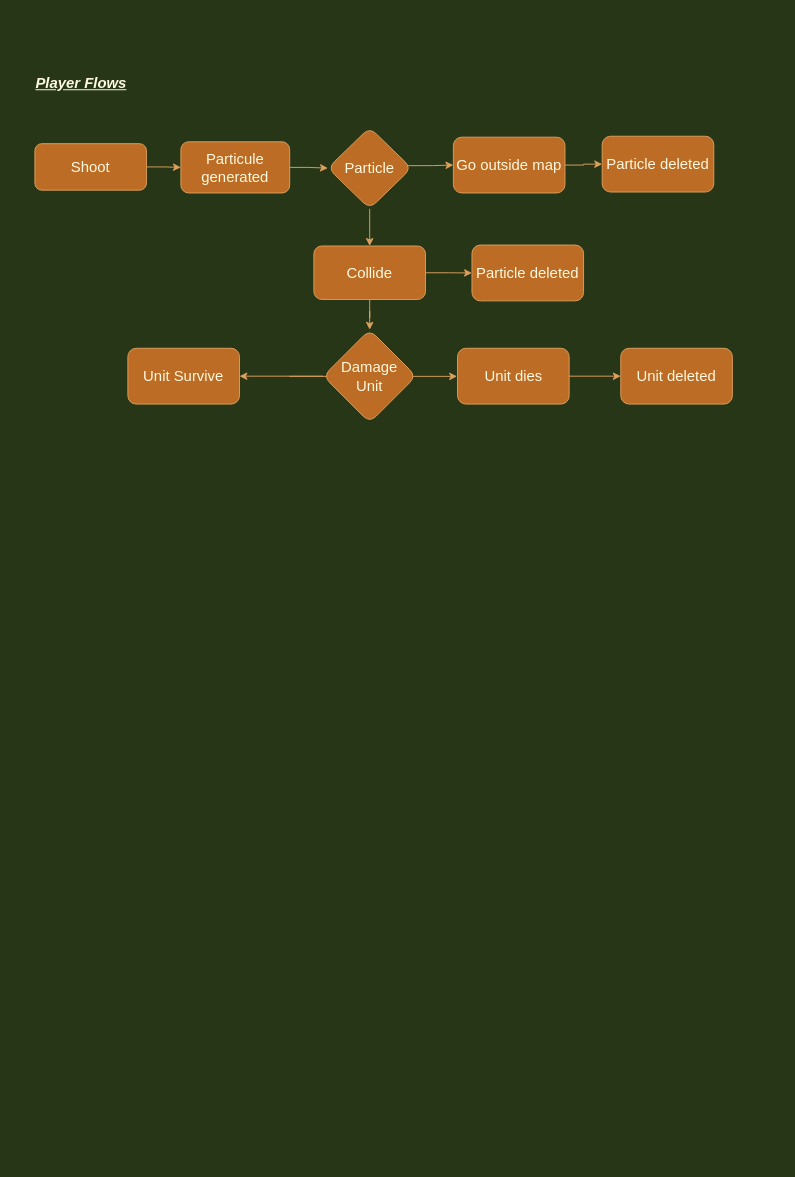
The draw.io diagram page "Player" (3 of 5) of flow_chart/Flow.drawio in MounirAia/Web-Shoot-em-up, before the edit. Source tidied: cells renumbered, new cells numbered last; positions are measured from the earlier drawing's top-left corner, leaving out a move shared by most shapes. Both pictures are drawn from the tidied source at 93%, with x=0, y=0 at pixel (16, 69).
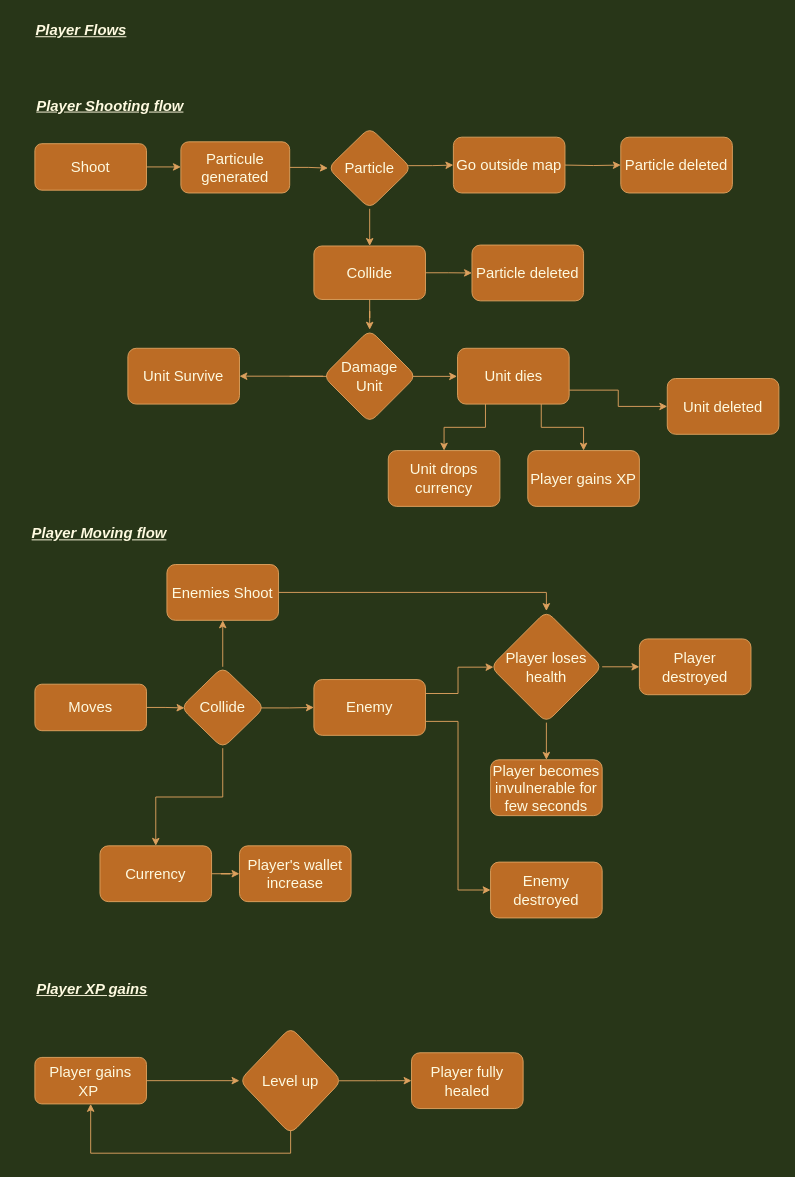
After the change.

The change refers to these unchanged cells:
```xml
<mxCell id="3" value="&lt;font style=&quot;font-size: 16px&quot;&gt;Shoot&lt;/font&gt;" style="rounded=1;whiteSpace=wrap;html=1;fontSize=12;glass=0;strokeWidth=1;shadow=0;fillColor=#BC6C25;strokeColor=#DDA15E;fontColor=#FEFAE0;" parent="1" vertex="1">
  <mxGeometry x="20" y="80" width="120" height="50" as="geometry" />
</mxCell>
<mxCell id="6" value="&lt;span style=&quot;font-size: 16px&quot;&gt;Particule generated&lt;/span&gt;" style="rounded=1;whiteSpace=wrap;html=1;glass=0;strokeWidth=1;shadow=0;fillColor=#BC6C25;strokeColor=#DDA15E;fontColor=#FEFAE0;" parent="1" vertex="1">
  <mxGeometry x="177" y="78" width="117" height="55" as="geometry" />
</mxCell>
<mxCell id="14" value="&lt;span style=&quot;font-size: 16px&quot;&gt;Go outside map&lt;/span&gt;" style="rounded=1;whiteSpace=wrap;html=1;glass=0;strokeWidth=1;shadow=0;fillColor=#BC6C25;strokeColor=#DDA15E;fontColor=#FEFAE0;" parent="1" vertex="1">
  <mxGeometry x="470" y="73" width="120" height="60" as="geometry" />
</mxCell>
<mxCell id="22" value="&lt;span style=&quot;font-size: 16px&quot;&gt;Unit dies&lt;br&gt;&lt;/span&gt;" style="whiteSpace=wrap;html=1;rounded=1;glass=0;strokeWidth=1;shadow=0;fillColor=#BC6C25;strokeColor=#DDA15E;fontColor=#FEFAE0;" parent="1" vertex="1">
  <mxGeometry x="474.5" y="300" width="120" height="60" as="geometry" />
</mxCell>
```

The edit, as a diff of the source:
```diff
@@
-    <mxCell id="2" style="edgeStyle=orthogonalEdgeStyle;rounded=0;jettySize=auto;html=1;fontSize=16;labelBackgroundColor=#283618;strokeColor=#DDA15E;fontColor=#FEFAE0;" parent="1" edge="1" source="3" target="6">
-      <mxGeometry relative="1" as="geometry" />
-    </mxCell>
@@
     <mxCell id="4" value="&lt;u&gt;&lt;b&gt;&lt;i&gt;Player Flows&lt;/i&gt;&lt;/b&gt;&lt;/u&gt;" style="text;html=1;strokeColor=none;fillColor=none;align=center;verticalAlign=middle;whiteSpace=wrap;rounded=0;fontSize=16;fontColor=#FEFAE0;" parent="1" vertex="1">
-      <mxGeometry width="140" height="30" as="geometry" />
+      <mxGeometry y="-57.5" width="140" height="30" as="geometry" />
     </mxCell>
@@
-    <mxCell id="13" style="edgeStyle=orthogonalEdgeStyle;rounded=0;jettySize=auto;html=1;fontSize=16;exitX=1;exitY=0.5;exitDx=0;exitDy=0;labelBackgroundColor=#283618;strokeColor=#DDA15E;fontColor=#FEFAE0;" parent="1" edge="1" source="14" target="15">
-      <mxGeometry relative="1" as="geometry" />
+    <mxCell id="13" style="edgeStyle=orthogonalEdgeStyle;rounded=0;jettySize=auto;html=1;fontSize=16;exitX=1;exitY=0.5;exitDx=0;exitDy=0;labelBackgroundColor=#283618;strokeColor=#DDA15E;fontColor=#FEFAE0;entryX=0;entryY=0.5;entryDx=0;entryDy=0;" parent="1" edge="1" target="15">
+      <mxGeometry relative="1" as="geometry">
+        <mxPoint x="590" y="103" as="sourcePoint" />
+      </mxGeometry>
     </mxCell>
@@
     <mxCell id="15" value="&lt;span style=&quot;font-size: 16px&quot;&gt;Particle deleted&lt;/span&gt;" style="whiteSpace=wrap;html=1;rounded=1;glass=0;strokeWidth=1;shadow=0;fillColor=#BC6C25;strokeColor=#DDA15E;fontColor=#FEFAE0;" parent="1" vertex="1">
-      <mxGeometry x="630" y="72" width="120" height="60" as="geometry" />
+      <mxGeometry x="650" y="73" width="120" height="60" as="geometry" />
     </mxCell>
@@
-    <mxCell id="21" style="edgeStyle=orthogonalEdgeStyle;rounded=0;jettySize=auto;html=1;fontSize=16;labelBackgroundColor=#283618;strokeColor=#DDA15E;fontColor=#FEFAE0;" parent="1" edge="1" source="22" target="23">
+    <mxCell id="21" style="edgeStyle=orthogonalEdgeStyle;rounded=0;jettySize=auto;html=1;fontSize=16;labelBackgroundColor=#283618;strokeColor=#DDA15E;fontColor=#FEFAE0;exitX=1;exitY=0.75;exitDx=0;exitDy=0;" parent="1" edge="1" source="22" target="23">
       <mxGeometry relative="1" as="geometry" />
     </mxCell>
@@
     <mxCell id="23" value="&lt;span style=&quot;font-size: 16px&quot;&gt;Unit deleted&lt;br&gt;&lt;/span&gt;" style="whiteSpace=wrap;html=1;rounded=1;glass=0;strokeWidth=1;shadow=0;fillColor=#BC6C25;strokeColor=#DDA15E;fontColor=#FEFAE0;" parent="1" vertex="1">
-      <mxGeometry x="650" y="300" width="120" height="60" as="geometry" />
+      <mxGeometry x="700" y="332.5" width="120" height="60" as="geometry" />
     </mxCell>
+    <mxCell id="24" style="edgeStyle=orthogonalEdgeStyle;rounded=0;jettySize=auto;html=1;fontSize=16;labelBackgroundColor=#283618;strokeColor=#DDA15E;fontColor=#FEFAE0;exitX=0.25;exitY=1;exitDx=0;exitDy=0;entryX=0.5;entryY=0;entryDx=0;entryDy=0;" parent="1" edge="1" source="22" target="25">
+      <mxGeometry relative="1" as="geometry" />
+    </mxCell>
+    <mxCell id="25" value="&lt;span style=&quot;font-size: 16px;&quot;&gt;Unit drops currency&lt;/span&gt;&lt;span style=&quot;font-size: 16px&quot;&gt;&lt;br&gt;&lt;/span&gt;" style="whiteSpace=wrap;html=1;rounded=1;glass=0;strokeWidth=1;shadow=0;fillColor=#BC6C25;strokeColor=#DDA15E;fontColor=#FEFAE0;" parent="1" vertex="1">
+      <mxGeometry x="400" y="410" width="120" height="60" as="geometry" />
+    </mxCell>
+    <mxCell id="26" value="&lt;u style=&quot;color: rgb(254, 250, 224); font-family: Helvetica; font-size: 16px; font-style: normal; font-variant-ligatures: normal; font-variant-caps: normal; font-weight: 400; letter-spacing: normal; orphans: 2; text-align: center; text-indent: 0px; text-transform: none; widows: 2; word-spacing: 0px; -webkit-text-stroke-width: 0px;&quot;&gt;&lt;b style=&quot;&quot;&gt;&lt;i style=&quot;&quot;&gt;Player Shooting flow&lt;br&gt;&lt;/i&gt;&lt;/b&gt;&lt;/u&gt;" style="text;whiteSpace=wrap;html=1;" parent="1" vertex="1">
+      <mxGeometry x="20" y="22.5" width="170" height="30" as="geometry" />
+    </mxCell>
+    <mxCell id="27" style="edgeStyle=orthogonalEdgeStyle;rounded=0;jettySize=auto;html=1;fontSize=16;labelBackgroundColor=#283618;strokeColor=#DDA15E;fontColor=#FEFAE0;exitX=0.75;exitY=1;exitDx=0;exitDy=0;entryX=0.5;entryY=0;entryDx=0;entryDy=0;" parent="1" edge="1" source="22" target="28">
+      <mxGeometry relative="1" as="geometry" />
+    </mxCell>
+    <mxCell id="28" value="&lt;span style=&quot;font-size: 16px;&quot;&gt;Player gains XP&lt;/span&gt;&lt;span style=&quot;font-size: 16px&quot;&gt;&lt;br&gt;&lt;/span&gt;" style="whiteSpace=wrap;html=1;rounded=1;glass=0;strokeWidth=1;shadow=0;fillColor=#BC6C25;strokeColor=#DDA15E;fontColor=#FEFAE0;" parent="1" vertex="1">
+      <mxGeometry x="550" y="410" width="120" height="60" as="geometry" />
+    </mxCell>
+    <mxCell id="29" value="&lt;u style=&quot;font-family: Helvetica; font-style: normal; font-variant-ligatures: normal; font-variant-caps: normal; font-weight: 400; letter-spacing: normal; orphans: 2; text-indent: 0px; text-transform: none; widows: 2; word-spacing: 0px; -webkit-text-stroke-width: 0px; color: rgb(254, 250, 224); font-size: 16px; text-align: center;&quot;&gt;&lt;b style=&quot;&quot;&gt;&lt;i style=&quot;&quot;&gt;Player Moving flow&lt;/i&gt;&lt;/b&gt;&lt;/u&gt;" style="text;whiteSpace=wrap;html=1;" parent="1" vertex="1">
+      <mxGeometry x="15" y="482.5" width="180" height="30" as="geometry" />
+    </mxCell>
+    <mxCell id="2" style="edgeStyle=orthogonalEdgeStyle;rounded=0;jettySize=auto;html=1;fontSize=16;labelBackgroundColor=#283618;strokeColor=#DDA15E;fontColor=#FEFAE0;exitX=1;exitY=0.5;exitDx=0;exitDy=0;entryX=0;entryY=0.5;entryDx=0;entryDy=0;" parent="1" edge="1" source="3" target="6">
+      <mxGeometry relative="1" as="geometry" />
+    </mxCell>
+    <mxCell id="30" value="&lt;font style=&quot;font-size: 16px&quot;&gt;Moves&lt;/font&gt;" style="rounded=1;whiteSpace=wrap;html=1;fontSize=12;glass=0;strokeWidth=1;shadow=0;fillColor=#BC6C25;strokeColor=#DDA15E;fontColor=#FEFAE0;" parent="1" vertex="1">
+      <mxGeometry x="20" y="661.2" width="120" height="50" as="geometry" />
+    </mxCell>
+    <mxCell id="31" style="edgeStyle=orthogonalEdgeStyle;rounded=0;jettySize=auto;html=1;fontSize=16;labelBackgroundColor=#283618;strokeColor=#DDA15E;fontColor=#FEFAE0;exitX=1;exitY=0.5;exitDx=0;exitDy=0;entryX=0.043;entryY=0.505;entryDx=0;entryDy=0;entryPerimeter=0;" parent="1" edge="1" source="30" target="34">
+      <mxGeometry relative="1" as="geometry" />
+    </mxCell>
+    <mxCell id="32" style="edgeStyle=orthogonalEdgeStyle;rounded=0;jettySize=auto;html=1;strokeColor=#DDA15E;" parent="1" edge="1" source="34" target="40">
+      <mxGeometry relative="1" as="geometry" />
+    </mxCell>
+    <mxCell id="33" style="edgeStyle=orthogonalEdgeStyle;rounded=0;jettySize=auto;html=1;strokeColor=#DDA15E;exitX=0.5;exitY=1;exitDx=0;exitDy=0;" parent="1" edge="1" source="34" target="42">
+      <mxGeometry relative="1" as="geometry" />
+    </mxCell>
+    <mxCell id="34" value="&lt;span style=&quot;font-size: 16px&quot;&gt;Collide&lt;/span&gt;" style="rhombus;whiteSpace=wrap;html=1;rounded=1;glass=0;strokeWidth=1;shadow=0;fillColor=#BC6C25;strokeColor=#DDA15E;fontColor=#FEFAE0;" parent="1" vertex="1">
+      <mxGeometry x="177" y="642.5" width="90" height="87.5" as="geometry" />
+    </mxCell>
+    <mxCell id="35" style="edgeStyle=orthogonalEdgeStyle;rounded=0;jettySize=auto;html=1;strokeColor=#DDA15E;entryX=0.026;entryY=0.503;entryDx=0;entryDy=0;exitX=1;exitY=0.25;exitDx=0;exitDy=0;entryPerimeter=0;" parent="1" edge="1" source="37" target="46">
+      <mxGeometry relative="1" as="geometry" />
+    </mxCell>
+    <mxCell id="36" style="edgeStyle=orthogonalEdgeStyle;rounded=0;jettySize=auto;html=1;exitX=1;exitY=0.75;exitDx=0;exitDy=0;entryX=0;entryY=0.5;entryDx=0;entryDy=0;strokeColor=#DDA15E;" parent="1" edge="1" source="37" target="48">
+      <mxGeometry relative="1" as="geometry" />
+    </mxCell>
+    <mxCell id="37" value="&lt;span style=&quot;font-size: 16px;&quot;&gt;Enemy&lt;/span&gt;" style="whiteSpace=wrap;html=1;fillColor=#BC6C25;strokeColor=#DDA15E;fontColor=#FEFAE0;rounded=1;glass=0;strokeWidth=1;shadow=0;" parent="1" vertex="1">
+      <mxGeometry x="320" y="656.2" width="120" height="60" as="geometry" />
+    </mxCell>
+    <mxCell id="38" style="edgeStyle=orthogonalEdgeStyle;rounded=0;jettySize=auto;html=1;fontSize=16;exitX=0.957;exitY=0.505;exitDx=0;exitDy=0;labelBackgroundColor=#283618;strokeColor=#DDA15E;fontColor=#FEFAE0;entryX=0;entryY=0.5;entryDx=0;entryDy=0;exitPerimeter=0;" parent="1" edge="1" source="34" target="37">
+      <mxGeometry relative="1" as="geometry" />
+    </mxCell>
+    <mxCell id="39" style="edgeStyle=orthogonalEdgeStyle;rounded=0;jettySize=auto;html=1;exitX=1;exitY=0.5;exitDx=0;exitDy=0;strokeColor=#DDA15E;entryX=0.5;entryY=0;entryDx=0;entryDy=0;" parent="1" edge="1" source="40" target="46">
+      <mxGeometry relative="1" as="geometry" />
+    </mxCell>
+    <mxCell id="40" value="&lt;span style=&quot;font-size: 16px;&quot;&gt;Enemies Shoot&lt;/span&gt;" style="whiteSpace=wrap;html=1;fillColor=#BC6C25;strokeColor=#DDA15E;fontColor=#FEFAE0;rounded=1;glass=0;strokeWidth=1;shadow=0;" parent="1" vertex="1">
+      <mxGeometry x="162" y="532.5" width="120" height="60" as="geometry" />
+    </mxCell>
+    <mxCell id="41" style="edgeStyle=orthogonalEdgeStyle;rounded=0;jettySize=auto;html=1;strokeColor=#DDA15E;" parent="1" edge="1" source="42" target="43">
+      <mxGeometry relative="1" as="geometry" />
+    </mxCell>
+    <mxCell id="42" value="&lt;span style=&quot;font-size: 16px;&quot;&gt;Currency&lt;/span&gt;" style="rounded=1;whiteSpace=wrap;html=1;fillColor=#BC6C25;strokeColor=#DDA15E;fontColor=#FEFAE0;glass=0;strokeWidth=1;shadow=0;" parent="1" vertex="1">
+      <mxGeometry x="90" y="835" width="120" height="60" as="geometry" />
+    </mxCell>
+    <mxCell id="43" value="&lt;span style=&quot;font-size: 16px;&quot;&gt;Player's wallet increase&lt;/span&gt;" style="whiteSpace=wrap;html=1;fillColor=#BC6C25;strokeColor=#DDA15E;fontColor=#FEFAE0;rounded=1;glass=0;strokeWidth=1;shadow=0;" parent="1" vertex="1">
+      <mxGeometry x="240" y="835" width="120" height="60" as="geometry" />
+    </mxCell>
+    <mxCell id="44" style="edgeStyle=orthogonalEdgeStyle;rounded=0;jettySize=auto;html=1;strokeColor=#DDA15E;" parent="1" edge="1" source="46" target="47">
+      <mxGeometry relative="1" as="geometry" />
+    </mxCell>
+    <mxCell id="45" style="edgeStyle=orthogonalEdgeStyle;rounded=0;jettySize=auto;html=1;strokeColor=#DDA15E;" parent="1" edge="1" source="46" target="49">
+      <mxGeometry relative="1" as="geometry" />
+    </mxCell>
+    <mxCell id="46" value="&lt;span style=&quot;font-size: 16px;&quot;&gt;Player loses health&lt;/span&gt;" style="rhombus;whiteSpace=wrap;html=1;fillColor=#BC6C25;strokeColor=#DDA15E;fontColor=#FEFAE0;rounded=1;glass=0;strokeWidth=1;shadow=0;" parent="1" vertex="1">
+      <mxGeometry x="510" y="582.5" width="120" height="120" as="geometry" />
+    </mxCell>
+    <mxCell id="47" value="&lt;span style=&quot;font-size: 16px;&quot;&gt;Player destroyed&lt;/span&gt;" style="whiteSpace=wrap;html=1;fillColor=#BC6C25;strokeColor=#DDA15E;fontColor=#FEFAE0;rounded=1;glass=0;strokeWidth=1;shadow=0;" parent="1" vertex="1">
+      <mxGeometry x="670" y="612.5" width="120" height="60" as="geometry" />
+    </mxCell>
+    <mxCell id="48" value="&lt;span style=&quot;font-size: 16px;&quot;&gt;Enemy destroyed&lt;/span&gt;" style="whiteSpace=wrap;html=1;fillColor=#BC6C25;strokeColor=#DDA15E;fontColor=#FEFAE0;rounded=1;glass=0;strokeWidth=1;shadow=0;" parent="1" vertex="1">
+      <mxGeometry x="510" y="852.5" width="120" height="60" as="geometry" />
+    </mxCell>
+    <mxCell id="49" value="&lt;span style=&quot;font-size: 16px;&quot;&gt;Player becomes invulnerable for few seconds&lt;/span&gt;" style="whiteSpace=wrap;html=1;fillColor=#BC6C25;strokeColor=#DDA15E;fontColor=#FEFAE0;rounded=1;glass=0;strokeWidth=1;shadow=0;" parent="1" vertex="1">
+      <mxGeometry x="510" y="742.5" width="120" height="60" as="geometry" />
+    </mxCell>
+    <mxCell id="50" value="&lt;u style=&quot;font-family: Helvetica; font-style: normal; font-variant-ligatures: normal; font-variant-caps: normal; font-weight: 400; letter-spacing: normal; orphans: 2; text-indent: 0px; text-transform: none; widows: 2; word-spacing: 0px; -webkit-text-stroke-width: 0px; color: rgb(254, 250, 224); font-size: 16px; text-align: center;&quot;&gt;&lt;b style=&quot;&quot;&gt;&lt;i style=&quot;&quot;&gt;Player XP gains&lt;/i&gt;&lt;/b&gt;&lt;/u&gt;" style="text;whiteSpace=wrap;html=1;" parent="1" vertex="1">
+      <mxGeometry x="20" y="972.5" width="180" height="30" as="geometry" />
+    </mxCell>
+    <mxCell id="51" style="edgeStyle=orthogonalEdgeStyle;rounded=0;jettySize=auto;html=1;strokeColor=#DDA15E;" parent="1" edge="1" source="52" target="55">
+      <mxGeometry relative="1" as="geometry" />
+    </mxCell>
+    <mxCell id="52" value="&lt;font style=&quot;font-size: 16px&quot;&gt;Player gains XP&amp;nbsp;&lt;/font&gt;" style="rounded=1;whiteSpace=wrap;html=1;fontSize=12;glass=0;strokeWidth=1;shadow=0;fillColor=#BC6C25;strokeColor=#DDA15E;fontColor=#FEFAE0;" parent="1" vertex="1">
+      <mxGeometry x="20" y="1062.5" width="120" height="50" as="geometry" />
+    </mxCell>
+    <mxCell id="53" style="edgeStyle=orthogonalEdgeStyle;rounded=0;jettySize=auto;html=1;strokeColor=#DDA15E;exitX=0.5;exitY=0.962;exitDx=0;exitDy=0;exitPerimeter=0;" parent="1" edge="1" source="55" target="52">
+      <mxGeometry relative="1" as="geometry">
+        <Array as="points">
+          <mxPoint x="295" y="1165.5" />
+          <mxPoint x="80" y="1165.5" />
+        </Array>
+      </mxGeometry>
+    </mxCell>
+    <mxCell id="54" style="edgeStyle=orthogonalEdgeStyle;rounded=0;jettySize=auto;html=1;strokeColor=#DDA15E;exitX=0.973;exitY=0.501;exitDx=0;exitDy=0;exitPerimeter=0;" parent="1" edge="1" source="55" target="56">
+      <mxGeometry relative="1" as="geometry" />
+    </mxCell>
+    <mxCell id="55" value="&lt;span style=&quot;font-size: 16px;&quot;&gt;Level up&lt;/span&gt;" style="rhombus;whiteSpace=wrap;html=1;fillColor=#BC6C25;strokeColor=#DDA15E;fontColor=#FEFAE0;rounded=1;glass=0;strokeWidth=1;shadow=0;" parent="1" vertex="1">
+      <mxGeometry x="240" y="1030" width="110" height="115" as="geometry" />
+    </mxCell>
+    <mxCell id="56" value="&lt;span style=&quot;font-size: 16px;&quot;&gt;Player fully healed&lt;/span&gt;" style="whiteSpace=wrap;html=1;fillColor=#BC6C25;strokeColor=#DDA15E;fontColor=#FEFAE0;rounded=1;glass=0;strokeWidth=1;shadow=0;" parent="1" vertex="1">
+      <mxGeometry x="425" y="1057.5" width="120" height="60" as="geometry" />
+    </mxCell>
```
